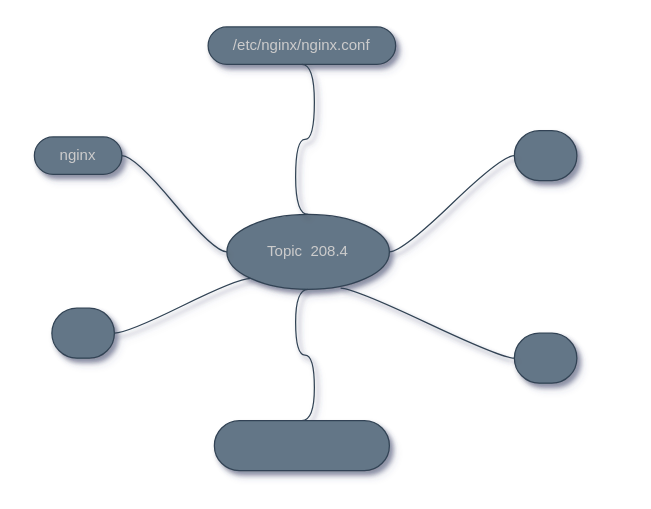
This is MindMaps/mindmap-208.4.drawio from marcossilvestrini/learning-lpic-2-202-450, a draw.io file, before an edit. Source tidied: cells renumbered, new cells numbered last; positions are measured from the earlier drawing's top-left corner, leaving out a move shared by most shapes. Both pictures are drawn from the tidied source at 125%, with x=0, y=0 at pixel (34, 26).
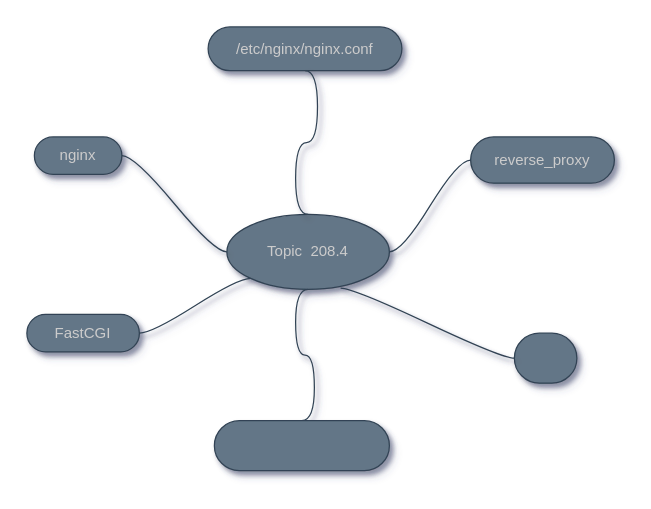
The same diagram, later.

The edit, as a diff of the source:
```diff
@@
 <mxGraphModel shadow="1">
   <root>
     <mxCell id="0" />
     <mxCell id="1" parent="0" />
     <mxCell id="2" value="Topic&amp;nbsp; 208.4" style="ellipse;whiteSpace=wrap;html=1;align=center;newEdgeStyle={&quot;edgeStyle&quot;:&quot;entityRelationEdgeStyle&quot;,&quot;startArrow&quot;:&quot;none&quot;,&quot;endArrow&quot;:&quot;none&quot;,&quot;segment&quot;:10,&quot;curved&quot;:1};fillColor=#647687;fontColor=#CCCCCC;strokeColor=#314354;shadow=1;sketch=0;" parent="1" vertex="1">
       <mxGeometry x="154" y="150" width="130" height="60" as="geometry" />
     </mxCell>
     <mxCell id="3" value="nginx" style="whiteSpace=wrap;html=1;rounded=1;arcSize=50;align=center;verticalAlign=middle;strokeWidth=1;spacing=4;newEdgeStyle={&quot;edgeStyle&quot;:&quot;entityRelationEdgeStyle&quot;,&quot;startArrow&quot;:&quot;none&quot;,&quot;endArrow&quot;:&quot;none&quot;,&quot;segment&quot;:10,&quot;curved&quot;:1};fillColor=#647687;fontColor=#CCCCCC;strokeColor=#314354;shadow=1;sketch=0;" parent="1" vertex="1">
       <mxGeometry y="88" width="70" height="30" as="geometry" />
     </mxCell>
     <mxCell id="4" style="edgeStyle=entityRelationEdgeStyle;startArrow=none;endArrow=none;segment=10;curved=1;exitX=0;exitY=0.5;exitDx=0;exitDy=0;fillColor=#647687;strokeColor=#314354;shadow=1;fontColor=#CCCCCC;sketch=0;entryX=1;entryY=0.5;entryDx=0;entryDy=0;" parent="1" edge="1" source="2" target="3">
       <mxGeometry relative="1" as="geometry" />
     </mxCell>
     <mxCell id="5" style="whiteSpace=wrap;html=1;rounded=1;arcSize=50;align=center;verticalAlign=middle;strokeWidth=1;spacing=4;newEdgeStyle={&quot;edgeStyle&quot;:&quot;entityRelationEdgeStyle&quot;,&quot;startArrow&quot;:&quot;none&quot;,&quot;endArrow&quot;:&quot;none&quot;,&quot;segment&quot;:10,&quot;curved&quot;:1};fillColor=#647687;fontColor=#CCCCCC;strokeColor=#314354;shadow=1;sketch=0;" parent="1" vertex="1">
       <mxGeometry x="384" y="245" width="50" height="40" as="geometry" />
     </mxCell>
     <mxCell id="6" style="edgeStyle=entityRelationEdgeStyle;startArrow=none;endArrow=none;segment=10;curved=1;fillColor=#647687;strokeColor=#314354;shadow=1;fontColor=#CCCCCC;sketch=0;entryX=0;entryY=0.5;entryDx=0;entryDy=0;exitX=0.7;exitY=0.983;exitDx=0;exitDy=0;exitPerimeter=0;" parent="1" edge="1" source="2" target="5">
       <mxGeometry relative="1" as="geometry" />
     </mxCell>
     <mxCell id="7" style="edgeStyle=entityRelationEdgeStyle;startArrow=none;endArrow=none;segment=10;curved=1;fillColor=#647687;strokeColor=#314354;shadow=1;fontColor=#CCCCCC;sketch=0;entryX=0.5;entryY=0;entryDx=0;entryDy=0;exitX=0.5;exitY=1;exitDx=0;exitDy=0;" parent="1" edge="1" source="2" target="10">
       <mxGeometry relative="1" as="geometry" />
     </mxCell>
-    <mxCell id="8" style="whiteSpace=wrap;html=1;rounded=1;arcSize=50;align=center;verticalAlign=middle;strokeWidth=1;spacing=4;newEdgeStyle={&quot;edgeStyle&quot;:&quot;entityRelationEdgeStyle&quot;,&quot;startArrow&quot;:&quot;none&quot;,&quot;endArrow&quot;:&quot;none&quot;,&quot;segment&quot;:10,&quot;curved&quot;:1};fillColor=#647687;fontColor=#CCCCCC;strokeColor=#314354;shadow=1;sketch=0;" parent="1" vertex="1">
-      <mxGeometry x="14" y="225" width="50" height="40" as="geometry" />
+    <mxCell id="8" value="FastCGI" style="whiteSpace=wrap;html=1;rounded=1;arcSize=50;align=center;verticalAlign=middle;strokeWidth=1;spacing=4;newEdgeStyle={&quot;edgeStyle&quot;:&quot;entityRelationEdgeStyle&quot;,&quot;startArrow&quot;:&quot;none&quot;,&quot;endArrow&quot;:&quot;none&quot;,&quot;segment&quot;:10,&quot;curved&quot;:1};fillColor=#647687;fontColor=#CCCCCC;strokeColor=#314354;shadow=1;sketch=0;" parent="1" vertex="1">
+      <mxGeometry x="-6" y="230" width="90" height="30" as="geometry" />
     </mxCell>
     <mxCell id="9" style="edgeStyle=entityRelationEdgeStyle;startArrow=none;endArrow=none;segment=10;curved=1;exitX=0;exitY=1;exitDx=0;exitDy=0;fillColor=#647687;strokeColor=#314354;shadow=1;fontColor=#CCCCCC;sketch=0;entryX=1;entryY=0.5;entryDx=0;entryDy=0;" parent="1" edge="1" source="2" target="8">
       <mxGeometry relative="1" as="geometry" />
     </mxCell>
     <mxCell id="10" value="&lt;pre style=&quot;box-sizing: border-box; margin-top: 0px; margin-bottom: 0px; overflow-wrap: normal; padding: 16px; overflow: auto; line-height: 1.45; border-radius: 6px; word-break: normal;&quot;&gt;&lt;br&gt;&lt;/pre&gt;" style="whiteSpace=wrap;html=1;fillColor=#647687;strokeColor=#314354;fontColor=#CCCCCC;rounded=1;arcSize=50;strokeWidth=1;spacing=4;shadow=1;sketch=0;" parent="1" vertex="1">
       <mxGeometry x="144" y="315" width="140" height="40" as="geometry" />
     </mxCell>
     <mxCell id="11" value="/etc/nginx/nginx.conf" style="whiteSpace=wrap;html=1;rounded=1;arcSize=50;align=center;verticalAlign=middle;strokeWidth=1;spacing=4;newEdgeStyle={&quot;edgeStyle&quot;:&quot;entityRelationEdgeStyle&quot;,&quot;startArrow&quot;:&quot;none&quot;,&quot;endArrow&quot;:&quot;none&quot;,&quot;segment&quot;:10,&quot;curved&quot;:1};fillColor=#647687;fontColor=#CCCCCC;strokeColor=#314354;shadow=1;sketch=0;" parent="1" vertex="1">
-      <mxGeometry x="139" width="150" height="30" as="geometry" />
+      <mxGeometry x="139" width="155" height="35" as="geometry" />
     </mxCell>
     <mxCell id="12" style="edgeStyle=entityRelationEdgeStyle;startArrow=none;endArrow=none;segment=10;curved=1;fillColor=#647687;strokeColor=#314354;shadow=1;fontColor=#CCCCCC;sketch=0;entryX=0.5;entryY=1;entryDx=0;entryDy=0;exitX=0.5;exitY=0;exitDx=0;exitDy=0;" parent="1" edge="1" source="2" target="11">
       <mxGeometry relative="1" as="geometry" />
     </mxCell>
-    <mxCell id="13" style="whiteSpace=wrap;html=1;rounded=1;arcSize=50;align=center;verticalAlign=middle;strokeWidth=1;spacing=4;newEdgeStyle={&quot;edgeStyle&quot;:&quot;entityRelationEdgeStyle&quot;,&quot;startArrow&quot;:&quot;none&quot;,&quot;endArrow&quot;:&quot;none&quot;,&quot;segment&quot;:10,&quot;curved&quot;:1};fillColor=#647687;fontColor=#CCCCCC;strokeColor=#314354;shadow=1;sketch=0;" parent="1" vertex="1">
-      <mxGeometry x="384" y="83" width="50" height="40" as="geometry" />
+    <mxCell id="13" value="reverse_proxy" style="whiteSpace=wrap;html=1;rounded=1;arcSize=50;align=center;verticalAlign=middle;strokeWidth=1;spacing=4;newEdgeStyle={&quot;edgeStyle&quot;:&quot;entityRelationEdgeStyle&quot;,&quot;startArrow&quot;:&quot;none&quot;,&quot;endArrow&quot;:&quot;none&quot;,&quot;segment&quot;:10,&quot;curved&quot;:1};fillColor=#647687;fontColor=#CCCCCC;strokeColor=#314354;shadow=1;sketch=0;" parent="1" vertex="1">
+      <mxGeometry x="349" y="88" width="115" height="37" as="geometry" />
     </mxCell>
     <mxCell id="14" style="edgeStyle=entityRelationEdgeStyle;startArrow=none;endArrow=none;segment=10;curved=1;fillColor=#647687;strokeColor=#314354;shadow=1;fontColor=#CCCCCC;sketch=0;exitX=1;exitY=0.5;exitDx=0;exitDy=0;" parent="1" edge="1" source="2" target="13">
       <mxGeometry relative="1" as="geometry" />
     </mxCell>
   </root>
 </mxGraphModel>
```
